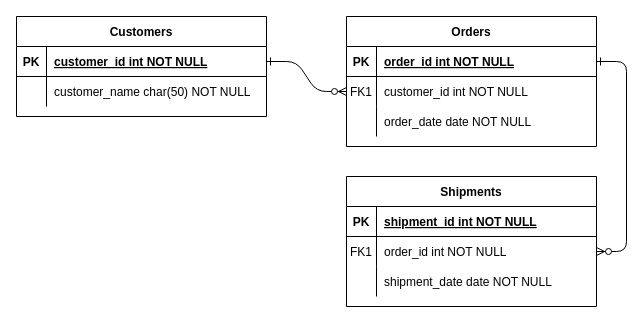
Earlier version of the draw.io diagram Untitled Diagram.drawio (12oman/attend). Source tidied: cells renumbered, new cells numbered last; positions are measured from the earlier drawing's top-left corner, leaving out a move shared by most shapes. Both pictures are drawn from the tidied source at 100%, with x=0, y=0 at pixel (16, 16).
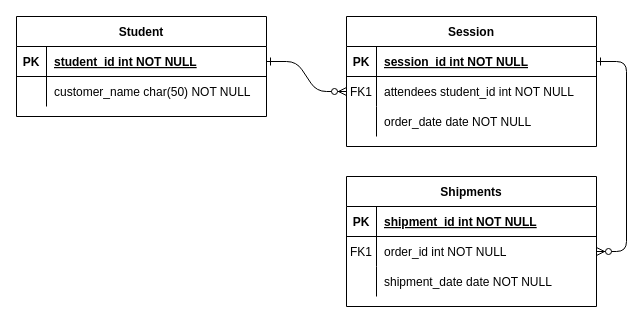
Above is the later version.

The change refers to these unchanged cells:
```xml
<mxCell id="5" style="shape=partialRectangle;fillColor=none;points=[[0,0.5],[1,0.5]];portConstraint=eastwest;top=0;left=0;right=0;bottom=1;" parent="4" vertex="1">
  <mxGeometry y="30" width="250" height="30" as="geometry" />
</mxCell>
<mxCell id="8" style="shape=partialRectangle;fillColor=none;points=[[0,0.5],[1,0.5]];portConstraint=eastwest;top=0;left=0;right=0;bottom=0;" parent="4" vertex="1">
  <mxGeometry y="60" width="250" height="30" as="geometry" />
</mxCell>
<mxCell id="25" style="shape=partialRectangle;fillColor=none;points=[[0,0.5],[1,0.5]];portConstraint=eastwest;top=0;left=0;right=0;bottom=1;" parent="24" vertex="1">
  <mxGeometry y="30" width="250" height="30" as="geometry" />
</mxCell>
```

What changed in the source:
```diff
@@
-    <mxCell id="4" value="Orders" style="shape=table;startSize=30;childLayout=tableLayout;rowLines=0;fontStyle=1;align=center;" parent="1" vertex="1">
+    <mxCell id="4" value="Session" style="shape=table;startSize=30;childLayout=tableLayout;rowLines=0;fontStyle=1;align=center;" parent="1" vertex="1">
       <mxGeometry x="330" width="250" height="130" as="geometry" />
     </mxCell>
@@
-    <mxCell id="7" value="order_id int NOT NULL " style="shape=partialRectangle;overflow=hidden;fillColor=none;top=0;left=0;bottom=0;right=0;align=left;spacingLeft=6;fontStyle=5;" parent="5" vertex="1">
+    <mxCell id="7" value="session_id int NOT NULL " style="shape=partialRectangle;overflow=hidden;fillColor=none;top=0;left=0;bottom=0;right=0;align=left;spacingLeft=6;fontStyle=5;" parent="5" vertex="1">
       <mxGeometry x="30" width="220" height="30" as="geometry" />
     </mxCell>
@@
-    <mxCell id="10" value="customer_id int NOT NULL" style="shape=partialRectangle;overflow=hidden;fillColor=none;top=0;left=0;bottom=0;right=0;align=left;spacingLeft=6;" parent="8" vertex="1">
+    <mxCell id="10" value="attendees student_id int NOT NULL" style="shape=partialRectangle;overflow=hidden;fillColor=none;top=0;left=0;bottom=0;right=0;align=left;spacingLeft=6;" parent="8" vertex="1">
       <mxGeometry x="30" width="220" height="30" as="geometry" />
     </mxCell>
@@
-    <mxCell id="24" value="Customers" style="shape=table;startSize=30;childLayout=tableLayout;rowLines=0;fontStyle=1;align=center;" parent="1" vertex="1">
+    <mxCell id="24" value="Student" style="shape=table;startSize=30;childLayout=tableLayout;rowLines=0;fontStyle=1;align=center;" parent="1" vertex="1">
       <mxGeometry width="250" height="100" as="geometry" />
     </mxCell>
@@
-    <mxCell id="27" value="customer_id int NOT NULL " style="shape=partialRectangle;overflow=hidden;fillColor=none;top=0;left=0;bottom=0;right=0;align=left;spacingLeft=6;fontStyle=5;" parent="25" vertex="1">
+    <mxCell id="27" value="student_id int NOT NULL " style="shape=partialRectangle;overflow=hidden;fillColor=none;top=0;left=0;bottom=0;right=0;align=left;spacingLeft=6;fontStyle=5;" parent="25" vertex="1">
       <mxGeometry x="30" width="220" height="30" as="geometry" />
     </mxCell>
```
